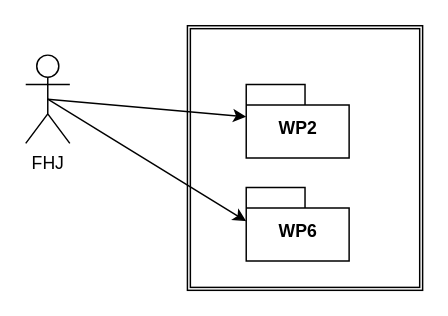
This is page "Page-1" (1 of 2) of Untitled Diagram.drawio from simber-7/test_diagrams.net, a draw.io file, before an edit. Source tidied: cells renumbered, new cells numbered last; positions are measured from the earlier drawing's top-left corner, leaving out a move shared by most shapes. Both pictures are drawn from the tidied source at 147%, with x=0, y=0 at pixel (25, 25).
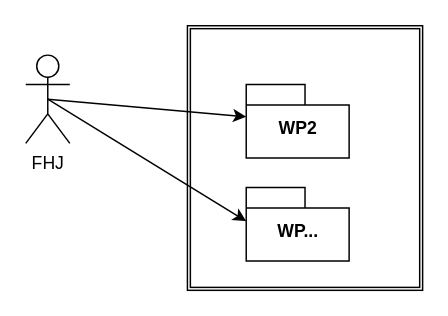
Above is the later version.

Diff of the diagram source:
```diff
@@
 <mxGraphModel>
   <root>
     <mxCell id="0" />
     <mxCell id="1" parent="0" />
     <mxCell id="2" style="shape=ext;double=1;rounded=0;whiteSpace=wrap;html=1;" parent="1" vertex="1">
       <mxGeometry x="110" width="160" height="180" as="geometry" />
     </mxCell>
     <mxCell id="3" style="edgeStyle=none;rounded=0;jettySize=auto;html=1;exitX=0.5;exitY=0.5;exitDx=0;exitDy=0;exitPerimeter=0;" parent="1" edge="1" source="5" target="6">
       <mxGeometry relative="1" as="geometry" />
     </mxCell>
     <mxCell id="4" style="edgeStyle=none;rounded=0;jettySize=auto;html=1;exitX=0.5;exitY=0.5;exitDx=0;exitDy=0;exitPerimeter=0;entryX=0;entryY=0;entryDx=0;entryDy=23;entryPerimeter=0;" parent="1" edge="1" source="5" target="7">
       <mxGeometry relative="1" as="geometry" />
     </mxCell>
     <mxCell id="5" value="FHJ" style="shape=umlActor;verticalLabelPosition=bottom;verticalAlign=top;html=1;" parent="1" vertex="1">
       <mxGeometry y="20" width="30" height="60" as="geometry" />
     </mxCell>
     <mxCell id="6" value="WP2" style="shape=folder;fontStyle=1;spacingTop=10;tabWidth=40;tabHeight=14;tabPosition=left;html=1;" parent="1" vertex="1">
       <mxGeometry x="150" y="40" width="70" height="50" as="geometry" />
     </mxCell>
-    <mxCell id="7" value="WP6" style="shape=folder;fontStyle=1;spacingTop=10;tabWidth=40;tabHeight=14;tabPosition=left;html=1;" parent="1" vertex="1">
+    <mxCell id="7" value="WP..." style="shape=folder;fontStyle=1;spacingTop=10;tabWidth=40;tabHeight=14;tabPosition=left;html=1;" parent="1" vertex="1">
       <mxGeometry x="150" y="110" width="70" height="50" as="geometry" />
     </mxCell>
   </root>
 </mxGraphModel>
```
